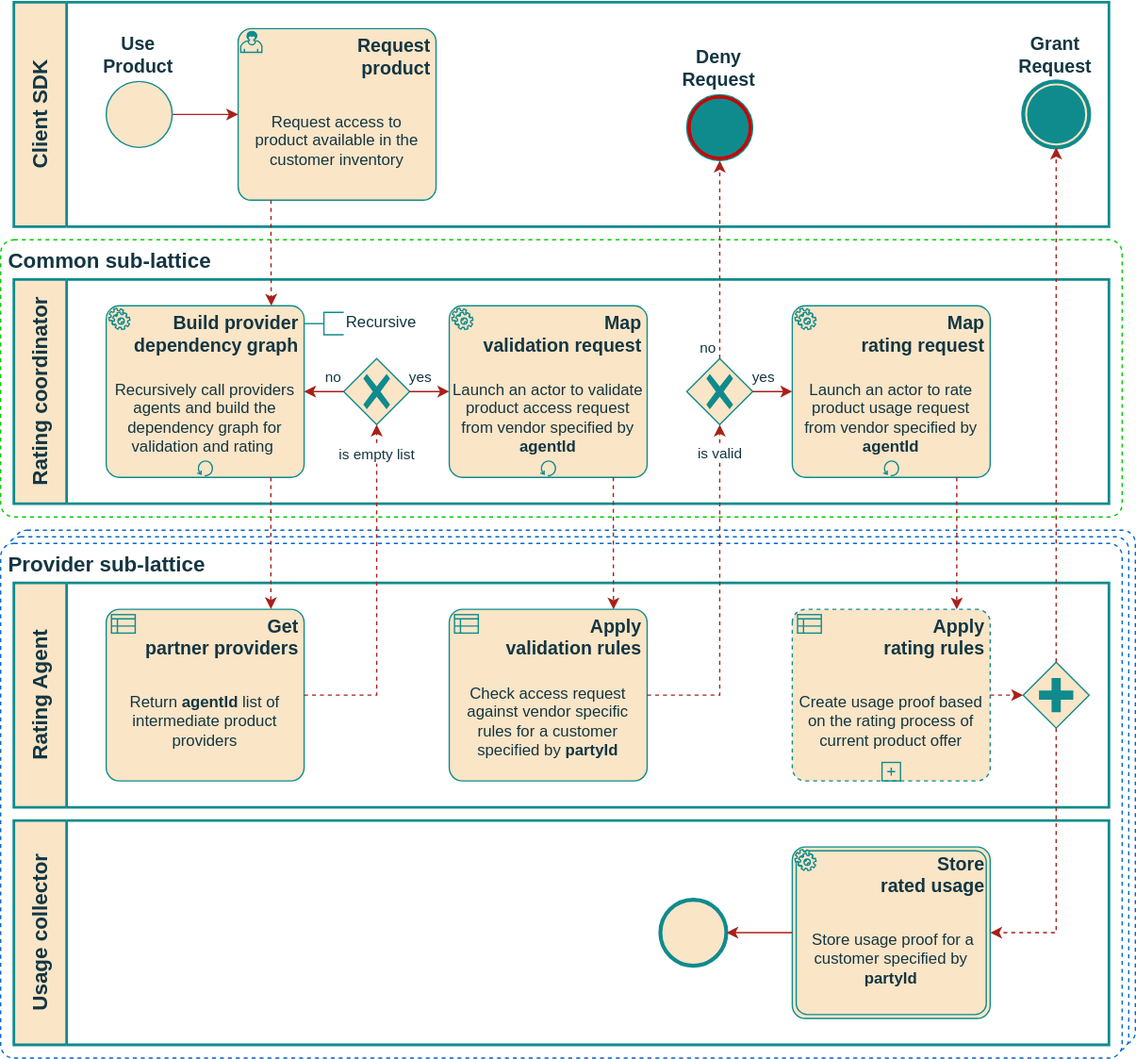
The draw.io diagram src/USE-CASES/UC-02/rating-bpm.svg in distributed-it-for-telco/distributed-rating-doc, before a commit. Source tidied: cells renumbered, new cells last; positions are measured from the earlier drawing's top-left corner, leaving out a move shared by most shapes.
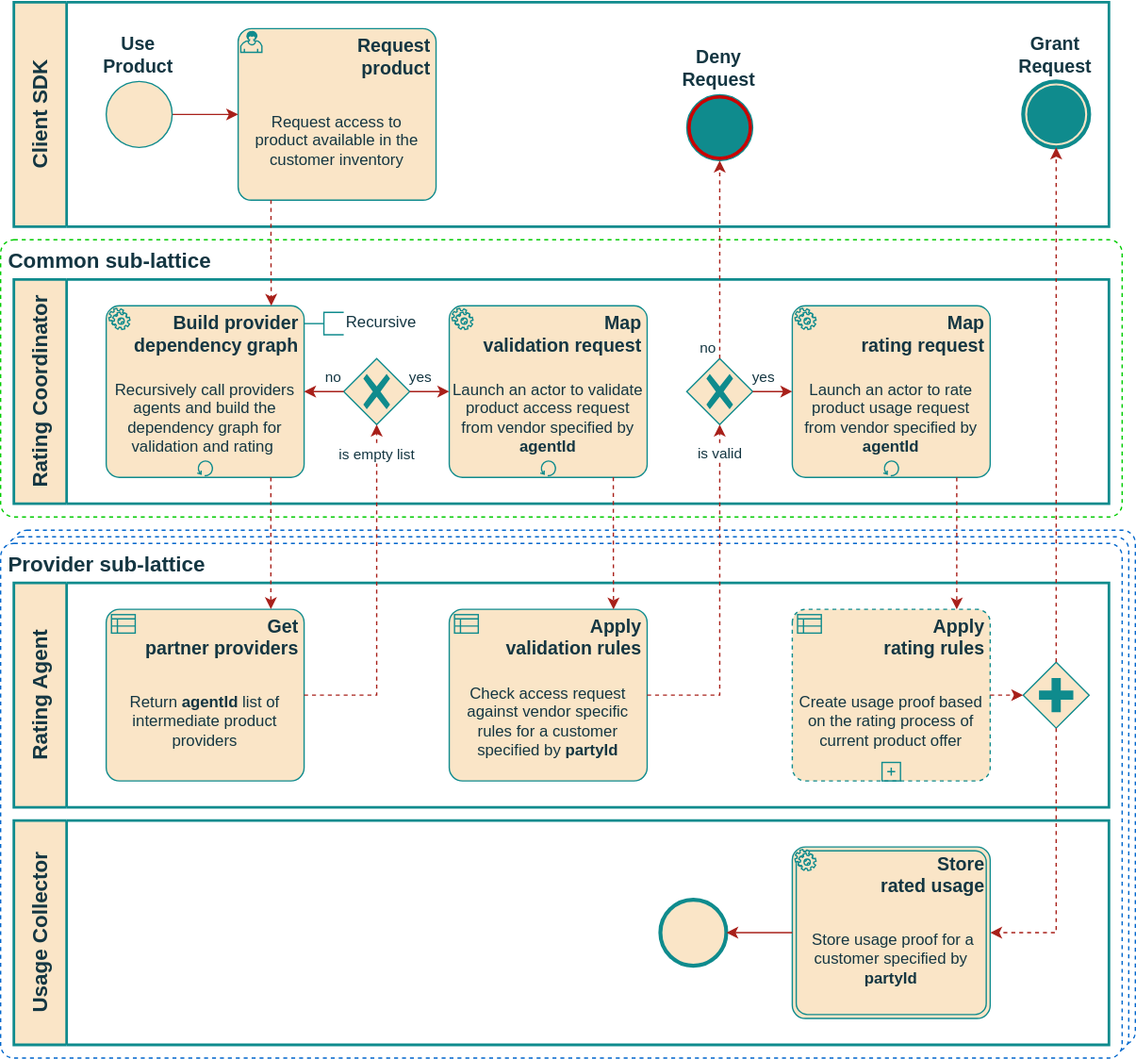
The same file after the commit.

Commit message:
refactor: extract common product usage process

Change to the diagram source:
```diff
@@ -35,7 +35,7 @@
     <mxCell id="12" value="Deny&lt;br&gt;Request" style="points=[[0.145,0.145,0],[0.5,0,0],[0.855,0.145,0],[1,0.5,0],[0.855,0.855,0],[0.5,1,0],[0.145,0.855,0],[0,0.5,0]];shape=mxgraph.bpmn.event;html=1;verticalLabelPosition=top;labelBackgroundColor=none;verticalAlign=bottom;align=center;perimeter=ellipsePerimeter;outlineConnect=0;outline=throwing;symbol=terminate;strokeColor=#0F8B8D;spacingRight=2;spacingTop=-2;spacing=2;fontFamily=Helvetica;fontSize=14;fontColor=#143642;fillColor=#CC0000;fontStyle=1;labelPosition=center;" parent="6" vertex="1">
       <mxGeometry x="510" y="70" width="50" height="50" as="geometry" />
     </mxCell>
-    <mxCell id="13" value="Rating coordinator" style="swimlane;html=1;startSize=40;fontStyle=1;horizontal=0;swimlaneLine=1;swimlaneFillColor=#ffffff;strokeWidth=2;whiteSpace=wrap;fillColor=#FAE5C7;strokeColor=#0F8B8D;fontSize=16;fontColor=#143642;labelBackgroundColor=none;" parent="1" vertex="1">
+    <mxCell id="13" value="Rating Coordinator" style="swimlane;html=1;startSize=40;fontStyle=1;horizontal=0;swimlaneLine=1;swimlaneFillColor=#ffffff;strokeWidth=2;whiteSpace=wrap;fillColor=#FAE5C7;strokeColor=#0F8B8D;fontSize=16;fontColor=#143642;labelBackgroundColor=none;" parent="1" vertex="1">
       <mxGeometry x="10" y="210" width="830" height="170" as="geometry" />
     </mxCell>
     <mxCell id="14" value="Map&lt;br&gt;validation request" style="points=[[0.25,0,0],[0.5,0,0],[0.75,0,0],[1,0.25,0],[1,0.5,0],[1,0.75,0],[0.75,1,0],[0.5,1,0],[0.25,1,0],[0,0.75,0],[0,0.5,0],[0,0.25,0]];shape=mxgraph.bpmn.task;whiteSpace=wrap;rectStyle=rounded;size=10;html=1;taskMarker=service;strokeColor=#0F8B8D;align=right;verticalAlign=top;spacingRight=2;spacingTop=-2;spacing=2;fontFamily=Helvetica;fontSize=14;fontColor=#143642;fillColor=#FAE5C7;fontStyle=1;labelBackgroundColor=none;isLoopStandard=1;" parent="13" vertex="1">
@@ -169,7 +169,7 @@
         <mxPoint y="-22" as="offset" />
       </mxGeometry>
     </mxCell>
-    <mxCell id="49" value="Usage collector" style="swimlane;html=1;startSize=40;fontStyle=1;horizontal=0;swimlaneLine=1;swimlaneFillColor=#ffffff;strokeWidth=2;whiteSpace=wrap;fillColor=#FAE5C7;strokeColor=#0F8B8D;fontSize=16;fontColor=#143642;labelBackgroundColor=none;" parent="1" vertex="1">
+    <mxCell id="49" value="Usage Collector" style="swimlane;html=1;startSize=40;fontStyle=1;horizontal=0;swimlaneLine=1;swimlaneFillColor=#ffffff;strokeWidth=2;whiteSpace=wrap;fillColor=#FAE5C7;strokeColor=#0F8B8D;fontSize=16;fontColor=#143642;labelBackgroundColor=none;" parent="1" vertex="1">
       <mxGeometry x="10" y="620" width="830" height="170" as="geometry" />
     </mxCell>
     <mxCell id="50" value="Store&lt;br&gt;rated usage" style="points=[[0.25,0,0],[0.5,0,0],[0.75,0,0],[1,0.25,0],[1,0.5,0],[1,0.75,0],[0.75,1,0],[0.5,1,0],[0.25,1,0],[0,0.75,0],[0,0.5,0],[0,0.25,0]];shape=mxgraph.bpmn.task;whiteSpace=wrap;rectStyle=rounded;size=10;html=1;taskMarker=service;strokeColor=#0F8B8D;align=right;verticalAlign=top;spacingRight=2;spacingTop=-2;spacing=2;fontFamily=Helvetica;fontSize=14;fontColor=#143642;fillColor=#FAE5C7;fontStyle=1;labelBackgroundColor=none;bpmnShapeType=transaction;" parent="49" vertex="1">
```
